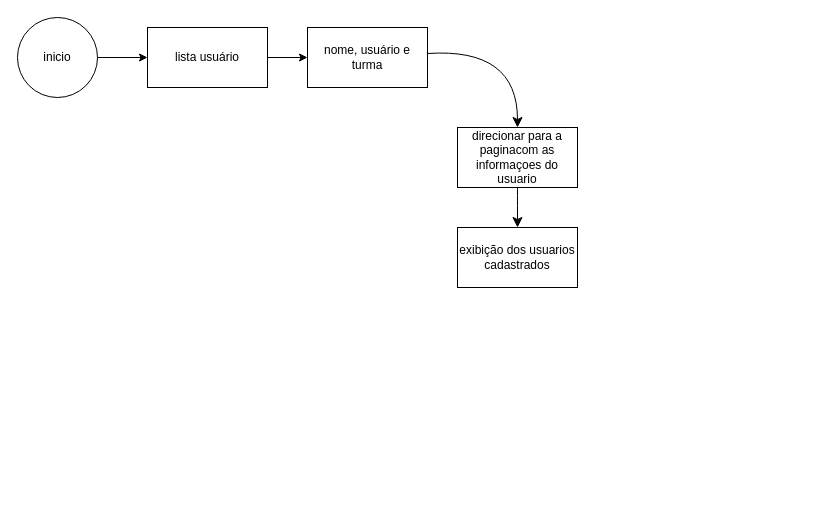
Earlier version of the draw.io diagram fluxogramas/listar_usuario.drawio (Samuel-Goulart/cadastro.ativos). Source tidied: cells renumbered, new cells numbered last; positions are measured from the earlier drawing's top-left corner, leaving out a move shared by most shapes. Both pictures are drawn from the tidied source at 100%, with x=0, y=0 at pixel (17, 17).
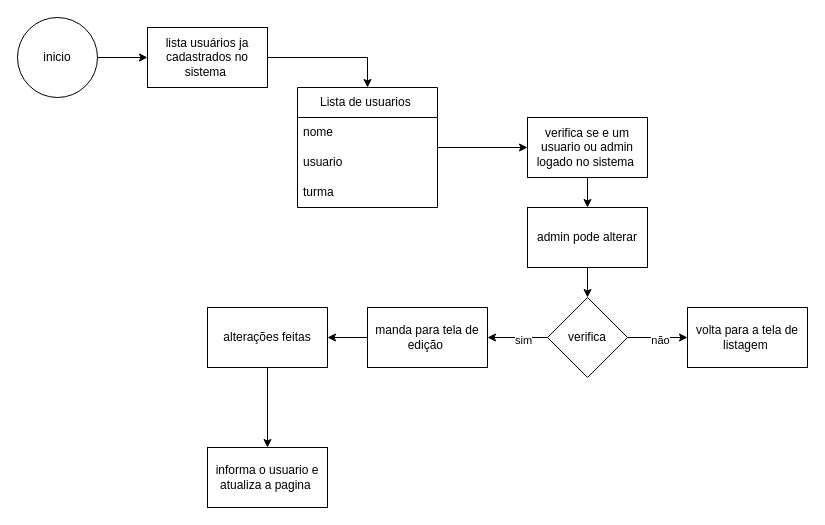
Above is the later version.

Diff of the diagram source:
```diff
@@
-    <mxCell id="4" style="edgeStyle=orthogonalEdgeStyle;rounded=0;jettySize=auto;html=1;" parent="1" edge="1" source="5" target="7">
-      <mxGeometry relative="1" as="geometry" />
-    </mxCell>
+    <mxCell id="11" style="edgeStyle=orthogonalEdgeStyle;rounded=0;jettySize=auto;html=1;entryX=0.5;entryY=0;entryDx=0;entryDy=0;" parent="1" edge="1" source="5" target="13">
+      <mxGeometry relative="1" as="geometry" />
+    </mxCell>
-    <mxCell id="5" value="lista usuário" style="whiteSpace=wrap;html=1;" parent="1" vertex="1">
+    <mxCell id="5" value="lista usuários ja cadastrados no sistema&amp;nbsp;" style="whiteSpace=wrap;html=1;" parent="1" vertex="1">
       <mxGeometry x="130" y="10" width="120" height="60" as="geometry" />
     </mxCell>
-    <mxCell id="6" style="edgeStyle=none;curved=1;rounded=0;jettySize=auto;html=1;entryX=0.5;entryY=0;entryDx=0;entryDy=0;fontSize=12;startSize=8;endSize=8;" parent="1" edge="1" source="7" target="9">
-      <mxGeometry relative="1" as="geometry">
-        <Array as="points">
-          <mxPoint x="500" y="30" />
-        </Array>
-      </mxGeometry>
-    </mxCell>
-    <mxCell id="7" value="nome, usuário e turma" style="whiteSpace=wrap;html=1;" parent="1" vertex="1">
-      <mxGeometry x="290" y="10" width="120" height="60" as="geometry" />
-    </mxCell>
-    <mxCell id="8" style="edgeStyle=none;curved=1;rounded=0;jettySize=auto;html=1;entryX=0.5;entryY=0;entryDx=0;entryDy=0;fontSize=12;startSize=8;endSize=8;" parent="1" edge="1" source="9" target="10">
-      <mxGeometry relative="1" as="geometry" />
-    </mxCell>
-    <mxCell id="9" value="direcionar para a paginacom as informaçoes do usuario" style="whiteSpace=wrap;html=1;" parent="1" vertex="1">
-      <mxGeometry x="440" y="110" width="120" height="60" as="geometry" />
-    </mxCell>
-    <mxCell id="10" value="exibição dos usuarios cadastrados" style="whiteSpace=wrap;html=1;" parent="1" vertex="1">
-      <mxGeometry x="440" y="210" width="120" height="60" as="geometry" />
-    </mxCell>
+    <mxCell id="12" style="edgeStyle=orthogonalEdgeStyle;rounded=0;jettySize=auto;html=1;" parent="1" edge="1" source="13" target="18">
+      <mxGeometry relative="1" as="geometry" />
+    </mxCell>
+    <mxCell id="13" value="Lista de usuarios&amp;nbsp;" style="swimlane;fontStyle=0;horizontal=1;startSize=30;whiteSpace=wrap;html=1;" parent="1" vertex="1">
+      <mxGeometry x="280" y="70" width="140" height="120" as="geometry" />
+    </mxCell>
+    <mxCell id="14" value="nome&amp;nbsp;" style="text;strokeColor=none;fillColor=none;align=left;verticalAlign=middle;spacingLeft=4;spacingRight=4;overflow=hidden;whiteSpace=wrap;html=1;" parent="13" vertex="1">
+      <mxGeometry y="30" width="140" height="30" as="geometry" />
+    </mxCell>
+    <mxCell id="15" value="usuario" style="text;strokeColor=none;fillColor=none;align=left;verticalAlign=middle;spacingLeft=4;spacingRight=4;overflow=hidden;whiteSpace=wrap;html=1;" parent="13" vertex="1">
+      <mxGeometry y="60" width="140" height="30" as="geometry" />
+    </mxCell>
+    <mxCell id="16" value="turma" style="text;strokeColor=none;fillColor=none;align=left;verticalAlign=middle;spacingLeft=4;spacingRight=4;overflow=hidden;whiteSpace=wrap;html=1;" parent="13" vertex="1">
+      <mxGeometry y="90" width="140" height="30" as="geometry" />
+    </mxCell>
+    <mxCell id="17" style="edgeStyle=orthogonalEdgeStyle;rounded=0;jettySize=auto;html=1;" parent="1" edge="1" source="18" target="20">
+      <mxGeometry relative="1" as="geometry" />
+    </mxCell>
+    <mxCell id="18" value="verifica se e um usuario ou admin logado no sistema&amp;nbsp;" style="whiteSpace=wrap;html=1;fontStyle=0;startSize=30;" parent="1" vertex="1">
+      <mxGeometry x="510" y="100" width="120" height="60" as="geometry" />
+    </mxCell>
+    <mxCell id="19" style="edgeStyle=orthogonalEdgeStyle;rounded=0;jettySize=auto;html=1;" parent="1" edge="1" source="20" target="25">
+      <mxGeometry relative="1" as="geometry" />
+    </mxCell>
+    <mxCell id="20" value="admin pode alterar" style="whiteSpace=wrap;html=1;fontStyle=0;startSize=30;" parent="1" vertex="1">
+      <mxGeometry x="510" y="190" width="120" height="60" as="geometry" />
+    </mxCell>
+    <mxCell id="21" style="edgeStyle=orthogonalEdgeStyle;rounded=0;jettySize=auto;html=1;" parent="1" edge="1" source="25" target="26">
+      <mxGeometry relative="1" as="geometry" />
+    </mxCell>
+    <mxCell id="22" value="não" style="edgeLabel;html=1;align=center;verticalAlign=middle;" parent="21" vertex="1">
+      <mxGeometry x="0.07" y="-2" relative="1" as="geometry" />
+    </mxCell>
+    <mxCell id="23" style="edgeStyle=orthogonalEdgeStyle;rounded=0;jettySize=auto;html=1;" parent="1" edge="1" source="25" target="28">
+      <mxGeometry relative="1" as="geometry" />
+    </mxCell>
+    <mxCell id="24" value="sim" style="edgeLabel;html=1;align=center;verticalAlign=middle;" parent="23" vertex="1">
+      <mxGeometry x="-0.17" y="2" relative="1" as="geometry" />
+    </mxCell>
+    <mxCell id="25" value="verifica" style="rhombus;whiteSpace=wrap;html=1;fontStyle=0;startSize=30;" parent="1" vertex="1">
+      <mxGeometry x="530" y="280" width="80" height="80" as="geometry" />
+    </mxCell>
+    <mxCell id="26" value="volta para a tela de listagem&amp;nbsp;" style="whiteSpace=wrap;html=1;fontStyle=0;startSize=30;" parent="1" vertex="1">
+      <mxGeometry x="670" y="290" width="120" height="60" as="geometry" />
+    </mxCell>
+    <mxCell id="27" style="edgeStyle=orthogonalEdgeStyle;rounded=0;jettySize=auto;html=1;" parent="1" edge="1" source="28" target="30">
+      <mxGeometry relative="1" as="geometry" />
+    </mxCell>
+    <mxCell id="28" value="manda para tela de edição&amp;nbsp;" style="whiteSpace=wrap;html=1;fontStyle=0;startSize=30;" parent="1" vertex="1">
+      <mxGeometry x="350" y="290" width="120" height="60" as="geometry" />
+    </mxCell>
+    <mxCell id="29" style="edgeStyle=orthogonalEdgeStyle;rounded=0;jettySize=auto;html=1;" parent="1" edge="1" source="30" target="31">
+      <mxGeometry relative="1" as="geometry" />
+    </mxCell>
+    <mxCell id="30" value="alterações feitas" style="whiteSpace=wrap;html=1;fontStyle=0;startSize=30;" parent="1" vertex="1">
+      <mxGeometry x="190" y="290" width="120" height="60" as="geometry" />
+    </mxCell>
+    <mxCell id="31" value="informa o usuario e atualiza a pagina&amp;nbsp;" style="whiteSpace=wrap;html=1;fontStyle=0;startSize=30;" parent="1" vertex="1">
+      <mxGeometry x="190" y="430" width="120" height="60" as="geometry" />
+    </mxCell>
```
